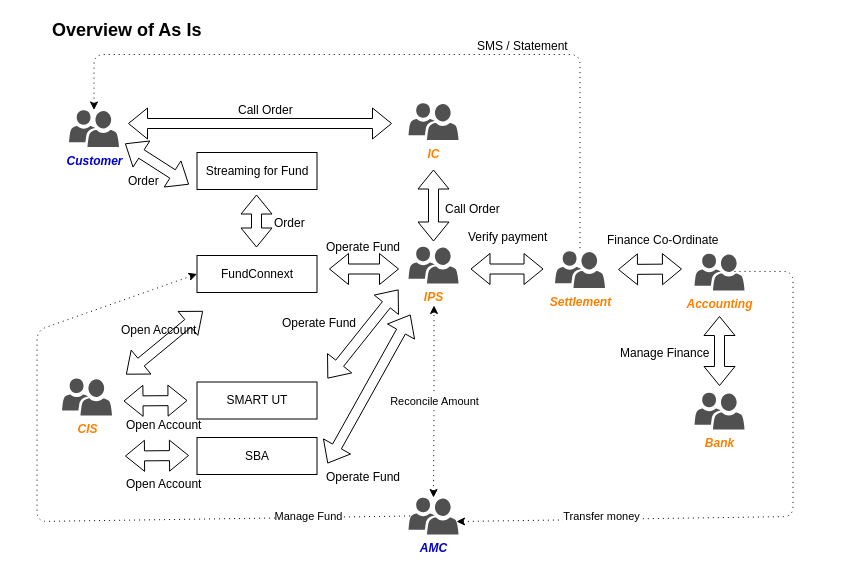
Above: page "Overview-As-Is" (1 of 7) of UT Diagram.drawio in peerapongdev/diagrams (draw.io), before the change. Source tidied: cells renumbered, new cells numbered last; positions are measured from the earlier drawing's top-left corner, leaving out a move shared by most shapes. Both pictures are drawn from the tidied source at 100%, with x=0, y=0 at pixel (36, 17).
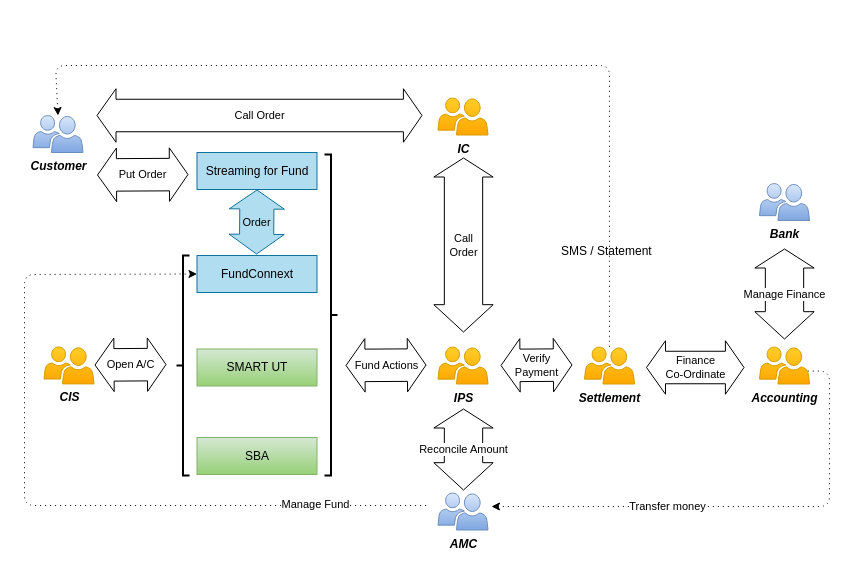
The same diagram, later.

What changed in the source:
```diff
@@
-    <mxCell id="2" value="IPS" style="shadow=0;dashed=0;html=1;strokeColor=none;labelPosition=center;verticalLabelPosition=bottom;verticalAlign=top;align=center;shape=mxgraph.mscae.intune.user_group;fillColor=#505050;fontStyle=3;fontColor=#FF8000;" parent="1" vertex="1">
-      <mxGeometry x="372" y="229" width="50" height="37" as="geometry" />
+    <mxCell id="2" value="IPS" style="shadow=0;dashed=0;html=1;strokeColor=#d79b00;labelPosition=center;verticalLabelPosition=bottom;verticalAlign=top;align=center;shape=mxgraph.mscae.intune.user_group;fillColor=#ffcd28;fontStyle=3;gradientColor=#ffa500;" parent="1" vertex="1">
+      <mxGeometry x="401.5" y="329.5" width="50" height="37" as="geometry" />
     </mxCell>
-    <mxCell id="3" style="shape=flexArrow;endArrow=classic;startArrow=classic;html=1;" parent="1" edge="1">
-      <mxGeometry relative="1" as="geometry">
-        <mxPoint x="88.5" y="126" as="sourcePoint" />
-        <mxPoint x="152.5" y="167" as="targetPoint" />
-      </mxGeometry>
-    </mxCell>
-    <mxCell id="4" value="IC" style="shadow=0;dashed=0;html=1;strokeColor=none;labelPosition=center;verticalLabelPosition=bottom;verticalAlign=top;align=center;shape=mxgraph.mscae.intune.user_group;fillColor=#505050;fontStyle=3;fontColor=#FF8000;" parent="1" vertex="1">
-      <mxGeometry x="372" y="85.5" width="50" height="37" as="geometry" />
+    <mxCell id="4" value="IC" style="shadow=0;dashed=0;html=1;strokeColor=#d79b00;labelPosition=center;verticalLabelPosition=bottom;verticalAlign=top;align=center;shape=mxgraph.mscae.intune.user_group;fillColor=#ffcd28;fontStyle=3;gradientColor=#ffa500;" parent="1" vertex="1">
+      <mxGeometry x="401.5" y="80.5" width="50" height="37" as="geometry" />
     </mxCell>
-    <mxCell id="5" value="Customer" style="shadow=0;dashed=0;html=1;strokeColor=none;labelPosition=center;verticalLabelPosition=bottom;verticalAlign=top;align=center;shape=mxgraph.mscae.intune.user_group;fillColor=#505050;fontStyle=3;fontColor=#0000CC;" parent="1" vertex="1">
-      <mxGeometry x="32.5" y="92.5" width="50" height="37" as="geometry" />
+    <mxCell id="5" value="Customer" style="shadow=0;dashed=0;html=1;strokeColor=#6c8ebf;labelPosition=center;verticalLabelPosition=bottom;verticalAlign=top;align=center;shape=mxgraph.mscae.intune.user_group;fillColor=#dae8fc;fontStyle=3;gradientColor=#7ea6e0;" parent="1" vertex="1">
+      <mxGeometry x="-3.5" y="98" width="50" height="37" as="geometry" />
     </mxCell>
-    <mxCell id="6" style="shape=flexArrow;endArrow=classic;startArrow=classic;html=1;" parent="1" edge="1">
+    <mxCell id="6" value="Order" style="shape=flexArrow;endArrow=classic;startArrow=classic;html=1;width=34.16666666666667;endSize=6.225;exitX=0.5;exitY=1;exitDx=0;exitDy=0;fillColor=#b1ddf0;strokeColor=#10739e;labelBackgroundColor=none;" parent="1" edge="1" source="7">
       <mxGeometry relative="1" as="geometry">
-        <mxPoint x="220" y="177" as="sourcePoint" />
-        <mxPoint x="220" y="230" as="targetPoint" />
+        <mxPoint x="220" y="237" as="targetPoint" />
       </mxGeometry>
     </mxCell>
-    <mxCell id="7" value="&lt;span&gt;Streaming for Fund&lt;/span&gt;" style="rounded=0;whiteSpace=wrap;html=1;" parent="1" vertex="1">
+    <mxCell id="7" value="&lt;span&gt;Streaming for Fund&lt;/span&gt;" style="rounded=0;whiteSpace=wrap;html=1;fillColor=#b1ddf0;strokeColor=#10739e;" parent="1" vertex="1">
       <mxGeometry x="160.5" y="135" width="120" height="37" as="geometry" />
     </mxCell>
-    <mxCell id="8" value="&lt;span&gt;FundConnext&lt;/span&gt;" style="rounded=0;whiteSpace=wrap;html=1;" parent="1" vertex="1">
+    <mxCell id="8" value="&lt;span&gt;FundConnext&lt;/span&gt;" style="rounded=0;whiteSpace=wrap;html=1;fillColor=#b1ddf0;strokeColor=#10739e;" parent="1" vertex="1">
       <mxGeometry x="160.5" y="238" width="120" height="37" as="geometry" />
     </mxCell>
-    <mxCell id="9" value="Settlement" style="shadow=0;dashed=0;html=1;strokeColor=none;labelPosition=center;verticalLabelPosition=bottom;verticalAlign=top;align=center;shape=mxgraph.mscae.intune.user_group;fillColor=#505050;fontStyle=3;fontColor=#FF8000;" parent="1" vertex="1">
-      <mxGeometry x="518.5" y="233.5" width="50" height="37" as="geometry" />
+    <mxCell id="9" value="Settlement" style="shadow=0;dashed=0;html=1;strokeColor=#d79b00;labelPosition=center;verticalLabelPosition=bottom;verticalAlign=top;align=center;shape=mxgraph.mscae.intune.user_group;fillColor=#ffcd28;fontStyle=3;gradientColor=#ffa500;" parent="1" vertex="1">
+      <mxGeometry x="548" y="329.5" width="50" height="37" as="geometry" />
     </mxCell>
-    <mxCell id="10" style="shape=flexArrow;endArrow=classic;startArrow=classic;html=1;" parent="1" edge="1">
-      <mxGeometry relative="1" as="geometry">
-        <mxPoint x="507" y="251.5" as="sourcePoint" />
-        <mxPoint x="434" y="251.5" as="targetPoint" />
-      </mxGeometry>
-    </mxCell>
-    <mxCell id="11" value="SMART UT" style="rounded=0;whiteSpace=wrap;html=1;" parent="1" vertex="1">
-      <mxGeometry x="160.5" y="364.5" width="120" height="37" as="geometry" />
+    <mxCell id="11" value="SMART UT" style="rounded=0;whiteSpace=wrap;html=1;fillColor=#d5e8d4;strokeColor=#82b366;gradientColor=#97d077;" parent="1" vertex="1">
+      <mxGeometry x="160.5" y="331.5" width="120" height="37" as="geometry" />
     </mxCell>
-    <mxCell id="12" style="shape=flexArrow;endArrow=classic;startArrow=classic;html=1;" parent="1" edge="1">
-      <mxGeometry relative="1" as="geometry">
-        <mxPoint x="292.5" y="251.5" as="sourcePoint" />
-        <mxPoint x="362.5" y="251.5" as="targetPoint" />
-      </mxGeometry>
-    </mxCell>
-    <mxCell id="13" value="Call Order" style="text;html=1;align=left;verticalAlign=top;spacingTop=-4;" parent="1" vertex="1">
-      <mxGeometry x="200" y="83" width="65" height="14" as="geometry" />
-    </mxCell>
-    <mxCell id="14" value="Verify payment" style="text;html=1;align=left;verticalAlign=top;spacingTop=-4;" parent="1" vertex="1">
-      <mxGeometry x="429.5" y="210" width="89" height="14" as="geometry" />
-    </mxCell>
     <mxCell id="15" value="SMS / Statement" style="text;html=1;align=left;verticalAlign=top;spacingTop=-4;" parent="1" vertex="1">
-      <mxGeometry x="439" y="18.9" width="101" height="14" as="geometry" />
+      <mxGeometry x="522.5" y="223.9" width="101" height="14" as="geometry" />
     </mxCell>
-    <mxCell id="16" value="AMC" style="shadow=0;dashed=0;html=1;strokeColor=none;labelPosition=center;verticalLabelPosition=bottom;verticalAlign=top;align=center;shape=mxgraph.mscae.intune.user_group;fillColor=#505050;fontStyle=3;fontColor=#0000CC;" parent="1" vertex="1">
-      <mxGeometry x="372" y="480" width="50" height="37" as="geometry" />
+    <mxCell id="16" value="AMC" style="shadow=0;dashed=0;html=1;strokeColor=#6c8ebf;labelPosition=center;verticalLabelPosition=bottom;verticalAlign=top;align=center;shape=mxgraph.mscae.intune.user_group;fillColor=#dae8fc;fontStyle=3;gradientColor=#7ea6e0;" parent="1" vertex="1">
+      <mxGeometry x="401.5" y="475.5" width="50" height="37" as="geometry" />
     </mxCell>
-    <mxCell id="17" value="CIS" style="shadow=0;dashed=0;html=1;strokeColor=none;labelPosition=center;verticalLabelPosition=bottom;verticalAlign=top;align=center;shape=mxgraph.mscae.intune.user_group;fillColor=#505050;fontStyle=3;fontColor=#FF8000;" parent="1" vertex="1">
-      <mxGeometry x="25.5" y="360.9" width="50" height="37" as="geometry" />
+    <mxCell id="17" value="CIS" style="shadow=0;dashed=0;html=1;strokeColor=#d79b00;labelPosition=center;verticalLabelPosition=bottom;verticalAlign=top;align=center;shape=mxgraph.mscae.intune.user_group;fillColor=#ffcd28;fontStyle=3;gradientColor=#ffa500;" parent="1" vertex="1">
+      <mxGeometry x="7.5" y="329.4" width="50" height="37" as="geometry" />
     </mxCell>
-    <mxCell id="18" value="Open Account" style="text;html=1;align=left;verticalAlign=top;spacingTop=-4;" parent="1" vertex="1">
-      <mxGeometry x="82.5" y="303.4" width="86" height="14" as="geometry" />
-    </mxCell>
     <mxCell id="19" style="endArrow=none;html=1;dashed=1;dashPattern=1 4;startArrow=classic;startFill=1;rounded=1;entryX=0.5;entryY=0;entryDx=0;entryDy=0;entryPerimeter=0;exitX=0.5;exitY=0;exitDx=0;exitDy=0;exitPerimeter=0;" parent="1" edge="1" source="5" target="9">
       <mxGeometry relative="1" as="geometry">
         <Array as="points">
-          <mxPoint x="57.5" y="37" />
-          <mxPoint x="543.5" y="37" />
+          <mxPoint x="19" y="48" />
+          <mxPoint x="573" y="48" />
         </Array>
       </mxGeometry>
     </mxCell>
-    <mxCell id="20" style="shape=flexArrow;endArrow=classic;startArrow=classic;html=1;" parent="1" edge="1">
-      <mxGeometry relative="1" as="geometry">
-        <mxPoint x="166.5" y="293.5" as="sourcePoint" />
-        <mxPoint x="89.5" y="357" as="targetPoint" />
-      </mxGeometry>
-    </mxCell>
-    <mxCell id="21" style="shape=flexArrow;endArrow=classic;startArrow=classic;html=1;" parent="1" edge="1">
-      <mxGeometry relative="1" as="geometry">
-        <mxPoint x="87" y="383.5" as="sourcePoint" />
-        <mxPoint x="151" y="383" as="targetPoint" />
-      </mxGeometry>
-    </mxCell>
-    <mxCell id="22" style="shape=flexArrow;endArrow=classic;startArrow=classic;html=1;" parent="1" edge="1">
-      <mxGeometry relative="1" as="geometry">
-        <mxPoint x="291" y="361" as="sourcePoint" />
-        <mxPoint x="362" y="272" as="targetPoint" />
-      </mxGeometry>
-    </mxCell>
-    <mxCell id="23" value="Transfer money" style="endArrow=none;html=1;dashed=1;dashPattern=1 4;startArrow=classic;startFill=1;rounded=1;entryX=0.754;entryY=0.484;entryDx=0;entryDy=0;entryPerimeter=0;exitX=0.96;exitY=0.65;exitDx=0;exitDy=0;exitPerimeter=0;" parent="1" edge="1" source="16" target="29">
-      <mxGeometry x="-0.55" y="3" relative="1" as="geometry">
+    <mxCell id="23" value="Transfer money" style="endArrow=none;html=1;dashed=1;dashPattern=1 4;startArrow=classic;startFill=1;rounded=1;entryX=0.96;entryY=0.65;entryDx=0;entryDy=0;entryPerimeter=0;edgeStyle=orthogonalEdgeStyle;" parent="1" edge="1" target="29">
+      <mxGeometry x="-0.29" relative="1" as="geometry">
+        <mxPoint x="455" y="489" as="sourcePoint" />
         <Array as="points">
-          <mxPoint x="756.5" y="499" />
-          <mxPoint x="756.5" y="254" />
+          <mxPoint x="793" y="489" />
+          <mxPoint x="793" y="354" />
         </Array>
       </mxGeometry>
     </mxCell>
-    <mxCell id="24" value="SBA" style="rounded=0;whiteSpace=wrap;html=1;" parent="1" vertex="1">
+    <mxCell id="24" value="SBA" style="rounded=0;whiteSpace=wrap;html=1;fillColor=#d5e8d4;strokeColor=#82b366;gradientColor=#97d077;" parent="1" vertex="1">
       <mxGeometry x="160.5" y="420" width="120" height="37" as="geometry" />
     </mxCell>
-    <mxCell id="25" style="shape=flexArrow;endArrow=classic;startArrow=classic;html=1;" parent="1" edge="1">
-      <mxGeometry relative="1" as="geometry">
-        <mxPoint x="88.5" y="438.5" as="sourcePoint" />
-        <mxPoint x="152.5" y="438" as="targetPoint" />
-      </mxGeometry>
-    </mxCell>
-    <mxCell id="26" value="Open Account" style="text;html=1;align=left;verticalAlign=top;spacingTop=-4;" parent="1" vertex="1">
-      <mxGeometry x="87.5" y="456.9" width="86" height="14" as="geometry" />
-    </mxCell>
-    <mxCell id="27" value="Open Account" style="text;html=1;align=left;verticalAlign=top;spacingTop=-4;" parent="1" vertex="1">
-      <mxGeometry x="87.5" y="397.9" width="86" height="14" as="geometry" />
-    </mxCell>
-    <mxCell id="28" value="&lt;font color=&quot;#000000&quot; size=&quot;1&quot;&gt;&lt;b style=&quot;font-size: 18px&quot;&gt;Overview of As Is&lt;/b&gt;&lt;/font&gt;" style="text;html=1;align=left;verticalAlign=top;spacingTop=-4;fontColor=#FF8000;" parent="1" vertex="1">
-      <mxGeometry x="14" width="160" height="16" as="geometry" />
-    </mxCell>
-    <mxCell id="29" value="Accounting" style="shadow=0;dashed=0;html=1;strokeColor=none;labelPosition=center;verticalLabelPosition=bottom;verticalAlign=top;align=center;shape=mxgraph.mscae.intune.user_group;fillColor=#505050;fontStyle=3;fontColor=#FF8000;" parent="1" vertex="1">
-      <mxGeometry x="658" y="236" width="50" height="37" as="geometry" />
+    <mxCell id="29" value="Accounting" style="shadow=0;dashed=0;html=1;strokeColor=#d79b00;labelPosition=center;verticalLabelPosition=bottom;verticalAlign=top;align=center;shape=mxgraph.mscae.intune.user_group;fillColor=#ffcd28;fontStyle=3;gradientColor=#ffa500;" parent="1" vertex="1">
+      <mxGeometry x="723" y="329.5" width="50" height="37" as="geometry" />
     </mxCell>
-    <mxCell id="30" style="shape=flexArrow;endArrow=classic;startArrow=classic;html=1;" parent="1" edge="1">
-      <mxGeometry relative="1" as="geometry">
-        <mxPoint x="581.5" y="252" as="sourcePoint" />
-        <mxPoint x="645.5" y="251.5" as="targetPoint" />
-      </mxGeometry>
-    </mxCell>
-    <mxCell id="31" value="Bank" style="shadow=0;dashed=0;html=1;strokeColor=none;labelPosition=center;verticalLabelPosition=bottom;verticalAlign=top;align=center;shape=mxgraph.mscae.intune.user_group;fillColor=#505050;fontStyle=3;fontColor=#FF8000;" parent="1" vertex="1">
-      <mxGeometry x="658" y="375" width="50" height="37" as="geometry" />
+    <mxCell id="31" value="Bank" style="shadow=0;dashed=0;html=1;strokeColor=#6c8ebf;labelPosition=center;verticalLabelPosition=bottom;verticalAlign=top;align=center;shape=mxgraph.mscae.intune.user_group;fillColor=#dae8fc;fontStyle=3;gradientColor=#7ea6e0;" parent="1" vertex="1">
+      <mxGeometry x="723" y="166" width="50" height="37" as="geometry" />
     </mxCell>
-    <mxCell id="32" style="shape=flexArrow;endArrow=classic;startArrow=classic;html=1;" parent="1" edge="1">
-      <mxGeometry relative="1" as="geometry">
-        <mxPoint x="683" y="298.5" as="sourcePoint" />
-        <mxPoint x="683" y="368.5" as="targetPoint" />
-      </mxGeometry>
-    </mxCell>
-    <mxCell id="33" style="shape=flexArrow;endArrow=classic;startArrow=classic;html=1;" parent="1" edge="1">
-      <mxGeometry relative="1" as="geometry">
-        <mxPoint x="355.5" y="106" as="sourcePoint" />
-        <mxPoint x="91.5" y="106" as="targetPoint" />
-      </mxGeometry>
-    </mxCell>
-    <mxCell id="34" style="shape=flexArrow;endArrow=classic;startArrow=classic;html=1;" parent="1" edge="1">
+    <mxCell id="34" value="Call&lt;br&gt;Order&lt;br&gt;" style="shape=flexArrow;endArrow=classic;startArrow=classic;html=1;width=38.333333333333336;endSize=8.775;" parent="1" edge="1">
       <mxGeometry relative="1" as="geometry">
-        <mxPoint x="397" y="152" as="sourcePoint" />
-        <mxPoint x="397" y="224" as="targetPoint" />
+        <mxPoint x="427" y="140" as="sourcePoint" />
+        <mxPoint x="427" y="315" as="targetPoint" />
       </mxGeometry>
     </mxCell>
+    <mxCell id="36" value="Manage Fund" style="endArrow=none;html=1;dashed=1;dashPattern=1 4;startArrow=classic;startFill=1;rounded=1;exitX=0;exitY=0.5;exitDx=0;exitDy=0;" parent="1" edge="1" source="8">
+      <mxGeometry x="0.72" y="1" relative="1" as="geometry">
+        <mxPoint x="393" y="488" as="targetPoint" />
+        <Array as="points">
+          <mxPoint x="-12" y="257" />
+          <mxPoint x="-12" y="488" />
+        </Array>
+      </mxGeometry>
+    </mxCell>
+    <mxCell id="46" style="strokeWidth=2;html=1;shape=mxgraph.flowchart.annotation_2;align=left;fontColor=#FF3333;rotation=180;" parent="1" vertex="1">
+      <mxGeometry x="288" y="137" width="13" height="321" as="geometry" />
+    </mxCell>
+    <mxCell id="47" value="Verify&lt;br&gt;Payment&lt;br&gt;" style="shape=flexArrow;endArrow=classic;startArrow=classic;html=1;width=32.5;endSize=5.866666666666667;align=center;" parent="1" edge="1">
+      <mxGeometry relative="1" as="geometry">
+        <mxPoint x="464" y="348" as="sourcePoint" />
+        <mxPoint x="536" y="347.5" as="targetPoint" />
+      </mxGeometry>
+    </mxCell>
+    <mxCell id="48" value="Fund Actions&lt;br&gt;" style="shape=flexArrow;endArrow=classic;startArrow=classic;html=1;width=32.5;endSize=5.866666666666667;align=center;" parent="1" edge="1">
+      <mxGeometry relative="1" as="geometry">
+        <mxPoint x="309" y="348" as="sourcePoint" />
+        <mxPoint x="390" y="347.5" as="targetPoint" />
+      </mxGeometry>
+    </mxCell>
+    <mxCell id="49" value="Call Order&lt;br&gt;" style="shape=flexArrow;endArrow=classic;startArrow=classic;html=1;width=32.5;endSize=5.866666666666667;align=center;" parent="1" edge="1">
+      <mxGeometry relative="1" as="geometry">
+        <mxPoint x="60" y="98" as="sourcePoint" />
+        <mxPoint x="386" y="98" as="targetPoint" />
+      </mxGeometry>
+    </mxCell>
+    <mxCell id="50" value="Put Order&lt;br&gt;" style="shape=flexArrow;endArrow=classic;startArrow=classic;html=1;width=32.5;endSize=5.866666666666667;align=center;" parent="1" edge="1">
+      <mxGeometry relative="1" as="geometry">
+        <mxPoint x="60.5" y="157.5" as="sourcePoint" />
+        <mxPoint x="152" y="157" as="targetPoint" />
+      </mxGeometry>
+    </mxCell>
+    <mxCell id="51" value="Open A/C&lt;br&gt;" style="shape=flexArrow;endArrow=classic;startArrow=classic;html=1;width=32.5;endSize=5.866666666666667;align=center;" parent="1" edge="1">
+      <mxGeometry relative="1" as="geometry">
+        <mxPoint x="58" y="347.5" as="sourcePoint" />
+        <mxPoint x="130" y="347" as="targetPoint" />
+      </mxGeometry>
+    </mxCell>
+    <mxCell id="52" style="strokeWidth=2;html=1;shape=mxgraph.flowchart.annotation_2;align=left;fontColor=#FF3333;rotation=0;" parent="1" vertex="1">
+      <mxGeometry x="140" y="238" width="13" height="220" as="geometry" />
+    </mxCell>
+    <mxCell id="41" value="&lt;span&gt;Finance &lt;br&gt;Co-Ordinate&lt;/span&gt;&lt;br&gt;" style="shape=flexArrow;endArrow=classic;startArrow=classic;html=1;width=32.5;endSize=5.866666666666667;align=center;" parent="1" edge="1">
+      <mxGeometry relative="1" as="geometry">
+        <mxPoint x="609.5" y="350" as="sourcePoint" />
+        <mxPoint x="708" y="350" as="targetPoint" />
+      </mxGeometry>
+    </mxCell>
-    <mxCell id="35" value="Manage Finance" style="text;html=1;align=left;verticalAlign=top;spacingTop=-4;" parent="1" vertex="1">
-      <mxGeometry x="581.5" y="326" width="99" height="14" as="geometry" />
+    <mxCell id="35" value="Manage Finance&lt;br&gt;" style="shape=flexArrow;endArrow=classic;startArrow=classic;html=1;width=38.333333333333336;endSize=8.775;" parent="1" edge="1">
+      <mxGeometry relative="1" as="geometry">
+        <mxPoint x="748" y="231" as="sourcePoint" />
+        <mxPoint x="748" y="322" as="targetPoint" />
+      </mxGeometry>
     </mxCell>
-    <mxCell id="36" value="Manage Fund" style="endArrow=none;html=1;dashed=1;dashPattern=1 4;startArrow=classic;startFill=1;rounded=1;entryX=0.05;entryY=0.5;entryDx=0;entryDy=0;entryPerimeter=0;exitX=0;exitY=0.5;exitDx=0;exitDy=0;" parent="1" edge="1" source="8" target="16">
-      <mxGeometry x="0.72" y="1" relative="1" as="geometry">
-        <Array as="points">
-          <mxPoint x="0.5" y="313" />
-          <mxPoint x="0.5" y="504" />
-        </Array>
-      </mxGeometry>
-    </mxCell>
-    <mxCell id="37" value="Reconcile Amount" style="endArrow=classic;html=1;dashed=1;dashPattern=1 4;startArrow=classic;startFill=1;rounded=1;exitX=0.5;exitY=0;exitDx=0;exitDy=0;exitPerimeter=0;endFill=1;" parent="1" edge="1" source="16">
+    <mxCell id="37" value="Reconcile Amount&lt;br&gt;" style="shape=flexArrow;endArrow=classic;startArrow=classic;html=1;width=38.333333333333336;endSize=8.775;" parent="1" edge="1">
       <mxGeometry relative="1" as="geometry">
-        <mxPoint x="397.5" y="288" as="targetPoint" />
-        <Array as="points">
-          <mxPoint x="397.5" y="391" />
-        </Array>
+        <mxPoint x="427" y="391" as="sourcePoint" />
+        <mxPoint x="427" y="473" as="targetPoint" />
       </mxGeometry>
     </mxCell>
-    <mxCell id="38" value="Order" style="text;html=1;align=left;verticalAlign=top;spacingTop=-4;" parent="1" vertex="1">
-      <mxGeometry x="89.5" y="153.5" width="41" height="14" as="geometry" />
-    </mxCell>
-    <mxCell id="39" value="Order" style="text;html=1;align=left;verticalAlign=top;spacingTop=-4;" parent="1" vertex="1">
-      <mxGeometry x="236" y="196" width="41" height="14" as="geometry" />
-    </mxCell>
-    <mxCell id="40" value="Call Order" style="text;html=1;align=left;verticalAlign=top;spacingTop=-4;" parent="1" vertex="1">
-      <mxGeometry x="406.5" y="182" width="65" height="14" as="geometry" />
-    </mxCell>
-    <mxCell id="41" value="Finance Co-Ordinate" style="text;html=1;align=left;verticalAlign=top;spacingTop=-4;" parent="1" vertex="1">
-      <mxGeometry x="568.5" y="213" width="122" height="14" as="geometry" />
-    </mxCell>
-    <mxCell id="42" value="Operate Fund" style="text;html=1;align=left;verticalAlign=top;spacingTop=-4;" parent="1" vertex="1">
-      <mxGeometry x="243.5" y="296.4" width="84" height="14" as="geometry" />
-    </mxCell>
-    <mxCell id="43" value="Operate Fund" style="text;html=1;align=left;verticalAlign=top;spacingTop=-4;" parent="1" vertex="1">
-      <mxGeometry x="288" y="219.9" width="84" height="14" as="geometry" />
-    </mxCell>
-    <mxCell id="44" style="shape=flexArrow;endArrow=classic;startArrow=classic;html=1;" parent="1" edge="1">
-      <mxGeometry relative="1" as="geometry">
-        <mxPoint x="291" y="446" as="sourcePoint" />
-        <mxPoint x="374" y="297" as="targetPoint" />
-      </mxGeometry>
-    </mxCell>
-    <mxCell id="45" value="Operate Fund" style="text;html=1;align=left;verticalAlign=top;spacingTop=-4;" parent="1" vertex="1">
-      <mxGeometry x="288" y="449.9" width="84" height="14" as="geometry" />
-    </mxCell>
```
